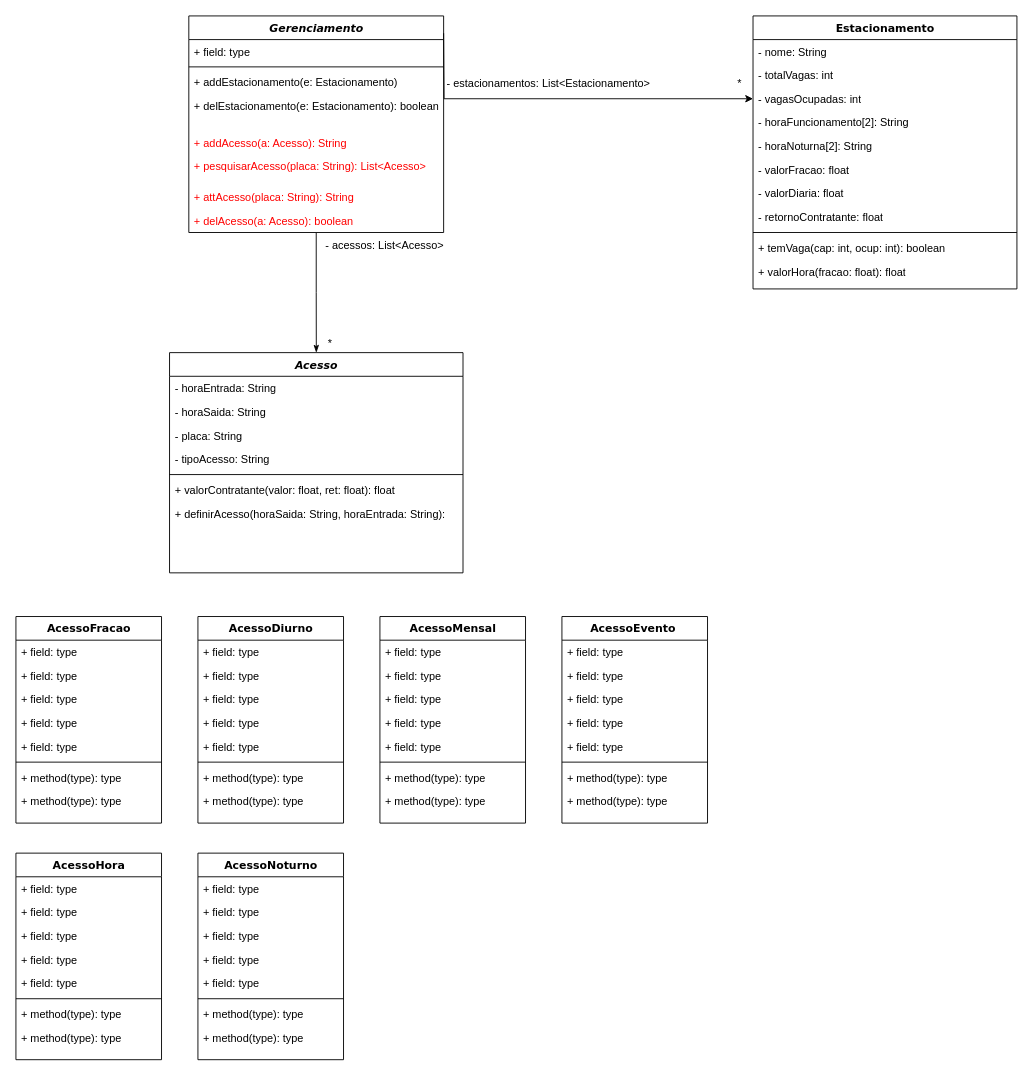
FabricioDeQueiroz/Trabalho-OO keeps this draw.io diagram as Entrega 1.drawio. Above is the earlier version. Source tidied: cells renumbered, new cells numbered last; positions are measured from the earlier drawing's top-left corner, leaving out a move shared by most shapes. Both pictures are drawn from the tidied source at 91%, with x=0, y=0 at pixel (15, 15).
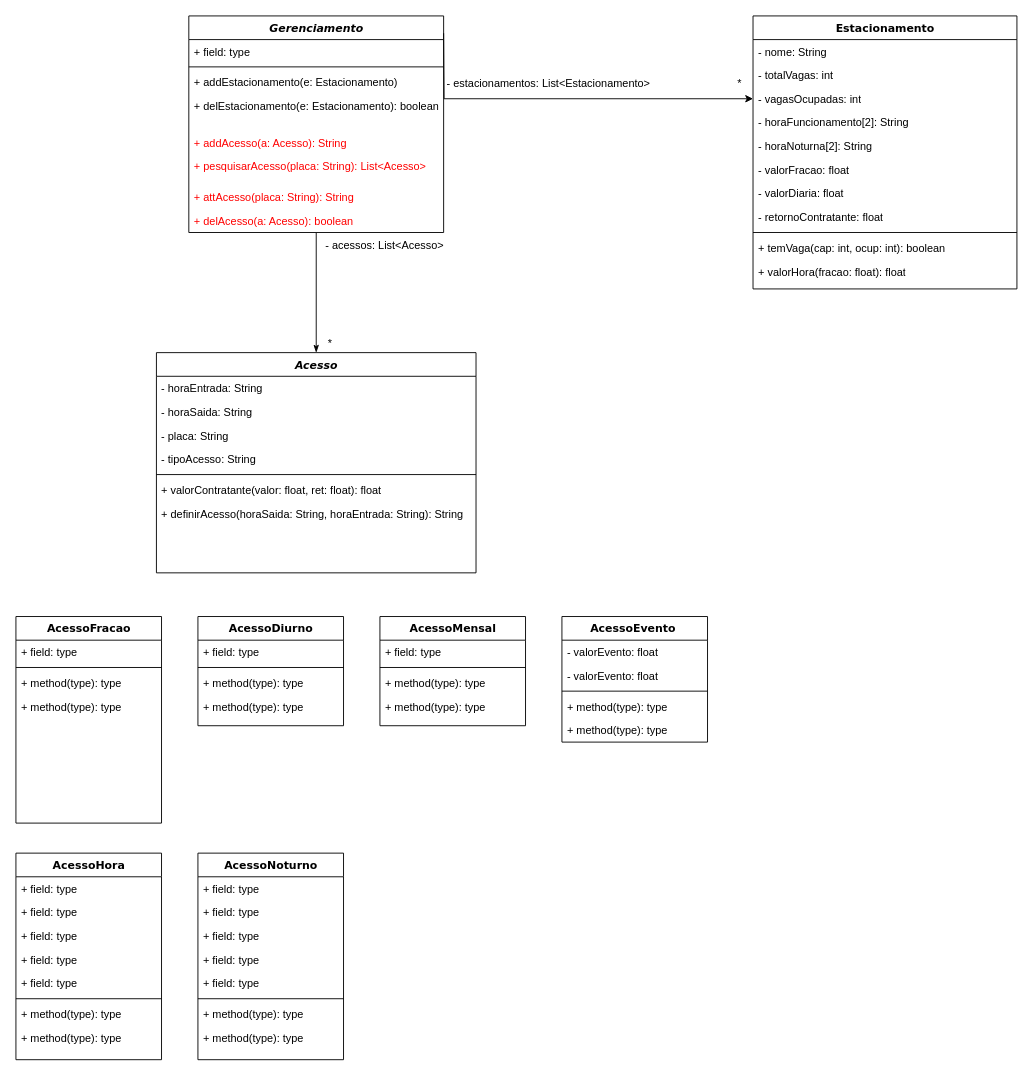
Above is the later version.

Commit message:
Atualização Antes Almoço Entrega 1.drawio

Unchanged cells that the change refers to:
```xml
<mxCell id="64" value="AcessoFracao" style="swimlane;html=1;fontStyle=1;align=center;verticalAlign=top;horizontal=1;startSize=26;swimlaneFillColor=#ffffff;rounded=0;shadow=0;comic=0;labelBackgroundColor=none;strokeWidth=1;fillColor=none;fontFamily=Verdana;fontSize=12;" parent="1" vertex="1">
  <mxGeometry y="660" width="160" height="227" as="geometry" />
</mxCell>
```

What changed in the source:
```diff
@@
     <mxCell id="25" value="&lt;i&gt;Acesso&lt;/i&gt;" style="swimlane;html=1;fontStyle=1;align=center;verticalAlign=top;horizontal=1;startSize=26;swimlaneFillColor=#ffffff;rounded=0;shadow=0;comic=0;labelBackgroundColor=none;strokeWidth=1;fillColor=none;fontFamily=Verdana;fontSize=12;" parent="1" vertex="1">
-      <mxGeometry x="168.8" y="370" width="322.5" height="242" as="geometry" />
+      <mxGeometry x="154.4" y="370" width="351.2" height="242" as="geometry" />
     </mxCell>
     <mxCell id="26" value="- horaEntrada: String" style="text;html=1;strokeColor=none;fillColor=none;align=left;verticalAlign=top;spacingLeft=4;spacingRight=4;whiteSpace=wrap;overflow=hidden;" parent="25" vertex="1">
-      <mxGeometry y="26" width="322.5" height="26" as="geometry" />
+      <mxGeometry y="26" width="351.2" height="26" as="geometry" />
     </mxCell>
     <mxCell id="27" value="- horaSaida: String" style="text;html=1;strokeColor=none;fillColor=none;align=left;verticalAlign=top;spacingLeft=4;spacingRight=4;whiteSpace=wrap;overflow=hidden;" parent="25" vertex="1">
-      <mxGeometry y="52" width="322.5" height="26" as="geometry" />
+      <mxGeometry y="52" width="351.2" height="26" as="geometry" />
     </mxCell>
     <mxCell id="28" value="- placa: String" style="text;html=1;strokeColor=none;fillColor=none;align=left;verticalAlign=top;spacingLeft=4;spacingRight=4;whiteSpace=wrap;overflow=hidden;" parent="25" vertex="1">
-      <mxGeometry y="78" width="322.5" height="26" as="geometry" />
+      <mxGeometry y="78" width="351.2" height="26" as="geometry" />
     </mxCell>
     <mxCell id="29" value="- tipoAcesso: String&amp;nbsp;" style="text;html=1;strokeColor=none;fillColor=none;align=left;verticalAlign=top;spacingLeft=4;spacingRight=4;whiteSpace=wrap;overflow=hidden;" parent="25" vertex="1">
-      <mxGeometry y="104" width="322.5" height="26" as="geometry" />
+      <mxGeometry y="104" width="351.2" height="26" as="geometry" />
     </mxCell>
     <mxCell id="30" style="line;html=1;strokeWidth=1;fillColor=none;align=left;verticalAlign=middle;spacingTop=-1;spacingLeft=3;spacingRight=3;labelPosition=right;" parent="25" vertex="1">
-      <mxGeometry y="130" width="322.5" height="8" as="geometry" />
+      <mxGeometry y="130" width="351.2" height="8" as="geometry" />
     </mxCell>
     <mxCell id="31" value="+ valorContratante(valor: float, ret: float): float&amp;nbsp;" style="text;html=1;strokeColor=none;fillColor=none;align=left;verticalAlign=top;spacingLeft=4;spacingRight=4;whiteSpace=wrap;overflow=hidden;" parent="25" vertex="1">
-      <mxGeometry y="138" width="322.5" height="26" as="geometry" />
+      <mxGeometry y="138" width="351.2" height="26" as="geometry" />
     </mxCell>
-    <mxCell id="32" value="+ definirAcesso(horaSaida: String, horaEntrada: String):&amp;nbsp;" style="text;html=1;strokeColor=none;fillColor=none;align=left;verticalAlign=top;spacingLeft=4;spacingRight=4;whiteSpace=wrap;overflow=hidden;" parent="25" vertex="1">
-      <mxGeometry y="164" width="322.5" height="26" as="geometry" />
+    <mxCell id="32" value="+ definirAcesso(horaSaida: String, horaEntrada: String): String" style="text;html=1;strokeColor=none;fillColor=none;align=left;verticalAlign=top;spacingLeft=4;spacingRight=4;whiteSpace=wrap;overflow=hidden;" parent="25" vertex="1">
+      <mxGeometry y="164" width="351.2" height="26" as="geometry" />
     </mxCell>
     <mxCell id="33" value="AcessoMensal" style="swimlane;html=1;fontStyle=1;align=center;verticalAlign=top;horizontal=1;startSize=26;swimlaneFillColor=#ffffff;rounded=0;shadow=0;comic=0;labelBackgroundColor=none;strokeWidth=1;fillColor=none;fontFamily=Verdana;fontSize=12;" parent="1" vertex="1">
-      <mxGeometry x="400" y="660" width="160" height="227" as="geometry" />
+      <mxGeometry x="400" y="660" width="160" height="120" as="geometry" />
     </mxCell>
-    <mxCell id="34" value="+ field: type" style="text;html=1;strokeColor=none;fillColor=none;align=left;verticalAlign=top;spacingLeft=4;spacingRight=4;whiteSpace=wrap;overflow=hidden;" parent="33" vertex="1">
-      <mxGeometry y="26" width="160" height="26" as="geometry" />
-    </mxCell>
-    <mxCell id="35" value="+ field: type" style="text;html=1;strokeColor=none;fillColor=none;align=left;verticalAlign=top;spacingLeft=4;spacingRight=4;whiteSpace=wrap;overflow=hidden;" parent="33" vertex="1">
-      <mxGeometry y="52" width="160" height="26" as="geometry" />
-    </mxCell>
-    <mxCell id="36" value="+ field: type" style="text;html=1;strokeColor=none;fillColor=none;align=left;verticalAlign=top;spacingLeft=4;spacingRight=4;whiteSpace=wrap;overflow=hidden;" parent="33" vertex="1">
-      <mxGeometry y="78" width="160" height="26" as="geometry" />
-    </mxCell>
-    <mxCell id="37" value="+ field: type" style="text;html=1;strokeColor=none;fillColor=none;align=left;verticalAlign=top;spacingLeft=4;spacingRight=4;whiteSpace=wrap;overflow=hidden;" parent="33" vertex="1">
-      <mxGeometry y="104" width="160" height="26" as="geometry" />
-    </mxCell>
     <mxCell id="38" value="+ field: type" style="text;html=1;strokeColor=none;fillColor=none;align=left;verticalAlign=top;spacingLeft=4;spacingRight=4;whiteSpace=wrap;overflow=hidden;" parent="33" vertex="1">
-      <mxGeometry y="130" width="160" height="26" as="geometry" />
+      <mxGeometry y="26" width="160" height="26" as="geometry" />
     </mxCell>
     <mxCell id="39" style="line;html=1;strokeWidth=1;fillColor=none;align=left;verticalAlign=middle;spacingTop=-1;spacingLeft=3;spacingRight=3;labelPosition=right;" parent="33" vertex="1">
-      <mxGeometry y="156" width="160" height="8" as="geometry" />
+      <mxGeometry y="52" width="160" height="8" as="geometry" />
     </mxCell>
     <mxCell id="40" value="+ method(type): type" style="text;html=1;strokeColor=none;fillColor=none;align=left;verticalAlign=top;spacingLeft=4;spacingRight=4;whiteSpace=wrap;overflow=hidden;" parent="33" vertex="1">
-      <mxGeometry y="164" width="160" height="26" as="geometry" />
+      <mxGeometry y="60" width="160" height="26" as="geometry" />
     </mxCell>
     <mxCell id="41" value="+ method(type): type" style="text;html=1;strokeColor=none;fillColor=none;align=left;verticalAlign=top;spacingLeft=4;spacingRight=4;whiteSpace=wrap;overflow=hidden;" parent="33" vertex="1">
-      <mxGeometry y="190" width="160" height="26" as="geometry" />
+      <mxGeometry y="86" width="160" height="26" as="geometry" />
     </mxCell>
@@
     <mxCell id="46" value="AcessoEvento&amp;nbsp;" style="swimlane;html=1;fontStyle=1;align=center;verticalAlign=top;horizontal=1;startSize=26;swimlaneFillColor=#ffffff;rounded=0;shadow=0;comic=0;labelBackgroundColor=none;strokeWidth=1;fillColor=none;fontFamily=Verdana;fontSize=12;" parent="1" vertex="1">
-      <mxGeometry x="600" y="660" width="160" height="227" as="geometry" />
+      <mxGeometry x="600" y="660" width="160" height="138" as="geometry" />
     </mxCell>
-    <mxCell id="47" value="+ field: type" style="text;html=1;strokeColor=none;fillColor=none;align=left;verticalAlign=top;spacingLeft=4;spacingRight=4;whiteSpace=wrap;overflow=hidden;" parent="46" vertex="1">
-      <mxGeometry y="26" width="160" height="26" as="geometry" />
-    </mxCell>
-    <mxCell id="48" value="+ field: type" style="text;html=1;strokeColor=none;fillColor=none;align=left;verticalAlign=top;spacingLeft=4;spacingRight=4;whiteSpace=wrap;overflow=hidden;" parent="46" vertex="1">
-      <mxGeometry y="52" width="160" height="26" as="geometry" />
-    </mxCell>
-    <mxCell id="49" value="+ field: type" style="text;html=1;strokeColor=none;fillColor=none;align=left;verticalAlign=top;spacingLeft=4;spacingRight=4;whiteSpace=wrap;overflow=hidden;" parent="46" vertex="1">
-      <mxGeometry y="78" width="160" height="26" as="geometry" />
-    </mxCell>
-    <mxCell id="50" value="+ field: type" style="text;html=1;strokeColor=none;fillColor=none;align=left;verticalAlign=top;spacingLeft=4;spacingRight=4;whiteSpace=wrap;overflow=hidden;" parent="46" vertex="1">
-      <mxGeometry y="104" width="160" height="26" as="geometry" />
-    </mxCell>
-    <mxCell id="51" value="+ field: type" style="text;html=1;strokeColor=none;fillColor=none;align=left;verticalAlign=top;spacingLeft=4;spacingRight=4;whiteSpace=wrap;overflow=hidden;" parent="46" vertex="1">
-      <mxGeometry y="130" width="160" height="26" as="geometry" />
+    <mxCell id="51" value="- valorEvento: float" style="text;html=1;strokeColor=none;fillColor=none;align=left;verticalAlign=top;spacingLeft=4;spacingRight=4;whiteSpace=wrap;overflow=hidden;" parent="46" vertex="1">
+      <mxGeometry y="26" width="160" height="26" as="geometry" />
     </mxCell>
+    <mxCell id="91" value="- valorEvento: float" style="text;html=1;strokeColor=none;fillColor=none;align=left;verticalAlign=top;spacingLeft=4;spacingRight=4;whiteSpace=wrap;overflow=hidden;" parent="46" vertex="1">
+      <mxGeometry y="52" width="160" height="26" as="geometry" />
+    </mxCell>
     <mxCell id="52" style="line;html=1;strokeWidth=1;fillColor=none;align=left;verticalAlign=middle;spacingTop=-1;spacingLeft=3;spacingRight=3;labelPosition=right;" parent="46" vertex="1">
-      <mxGeometry y="156" width="160" height="8" as="geometry" />
+      <mxGeometry y="78" width="160" height="8" as="geometry" />
     </mxCell>
     <mxCell id="53" value="+ method(type): type" style="text;html=1;strokeColor=none;fillColor=none;align=left;verticalAlign=top;spacingLeft=4;spacingRight=4;whiteSpace=wrap;overflow=hidden;" parent="46" vertex="1">
-      <mxGeometry y="164" width="160" height="26" as="geometry" />
+      <mxGeometry y="86" width="160" height="26" as="geometry" />
     </mxCell>
     <mxCell id="54" value="+ method(type): type" style="text;html=1;strokeColor=none;fillColor=none;align=left;verticalAlign=top;spacingLeft=4;spacingRight=4;whiteSpace=wrap;overflow=hidden;" parent="46" vertex="1">
-      <mxGeometry y="190" width="160" height="26" as="geometry" />
+      <mxGeometry y="112" width="160" height="26" as="geometry" />
     </mxCell>
@@
-    <mxCell id="65" value="+ field: type" style="text;html=1;strokeColor=none;fillColor=none;align=left;verticalAlign=top;spacingLeft=4;spacingRight=4;whiteSpace=wrap;overflow=hidden;" parent="64" vertex="1">
-      <mxGeometry y="26" width="160" height="26" as="geometry" />
-    </mxCell>
-    <mxCell id="66" value="+ field: type" style="text;html=1;strokeColor=none;fillColor=none;align=left;verticalAlign=top;spacingLeft=4;spacingRight=4;whiteSpace=wrap;overflow=hidden;" parent="64" vertex="1">
-      <mxGeometry y="52" width="160" height="26" as="geometry" />
-    </mxCell>
-    <mxCell id="67" value="+ field: type" style="text;html=1;strokeColor=none;fillColor=none;align=left;verticalAlign=top;spacingLeft=4;spacingRight=4;whiteSpace=wrap;overflow=hidden;" parent="64" vertex="1">
-      <mxGeometry y="78" width="160" height="26" as="geometry" />
-    </mxCell>
-    <mxCell id="68" value="+ field: type" style="text;html=1;strokeColor=none;fillColor=none;align=left;verticalAlign=top;spacingLeft=4;spacingRight=4;whiteSpace=wrap;overflow=hidden;" parent="64" vertex="1">
-      <mxGeometry y="104" width="160" height="26" as="geometry" />
-    </mxCell>
     <mxCell id="69" value="+ field: type" style="text;html=1;strokeColor=none;fillColor=none;align=left;verticalAlign=top;spacingLeft=4;spacingRight=4;whiteSpace=wrap;overflow=hidden;" parent="64" vertex="1">
-      <mxGeometry y="130" width="160" height="26" as="geometry" />
+      <mxGeometry y="26" width="160" height="26" as="geometry" />
     </mxCell>
     <mxCell id="70" style="line;html=1;strokeWidth=1;fillColor=none;align=left;verticalAlign=middle;spacingTop=-1;spacingLeft=3;spacingRight=3;labelPosition=right;" parent="64" vertex="1">
-      <mxGeometry y="156" width="160" height="8" as="geometry" />
+      <mxGeometry y="52" width="160" height="8" as="geometry" />
     </mxCell>
     <mxCell id="71" value="+ method(type): type" style="text;html=1;strokeColor=none;fillColor=none;align=left;verticalAlign=top;spacingLeft=4;spacingRight=4;whiteSpace=wrap;overflow=hidden;" parent="64" vertex="1">
-      <mxGeometry y="164" width="160" height="26" as="geometry" />
+      <mxGeometry y="60" width="160" height="26" as="geometry" />
     </mxCell>
     <mxCell id="72" value="+ method(type): type" style="text;html=1;strokeColor=none;fillColor=none;align=left;verticalAlign=top;spacingLeft=4;spacingRight=4;whiteSpace=wrap;overflow=hidden;" parent="64" vertex="1">
-      <mxGeometry y="190" width="160" height="26" as="geometry" />
+      <mxGeometry y="86" width="160" height="26" as="geometry" />
     </mxCell>
     <mxCell id="73" value="AcessoDiurno" style="swimlane;html=1;fontStyle=1;align=center;verticalAlign=top;horizontal=1;startSize=26;swimlaneFillColor=#ffffff;rounded=0;shadow=0;comic=0;labelBackgroundColor=none;strokeWidth=1;fillColor=none;fontFamily=Verdana;fontSize=12;" parent="1" vertex="1">
-      <mxGeometry x="200" y="660" width="160" height="227" as="geometry" />
+      <mxGeometry x="200" y="660" width="160" height="120" as="geometry" />
     </mxCell>
-    <mxCell id="74" value="+ field: type" style="text;html=1;strokeColor=none;fillColor=none;align=left;verticalAlign=top;spacingLeft=4;spacingRight=4;whiteSpace=wrap;overflow=hidden;" parent="73" vertex="1">
-      <mxGeometry y="26" width="160" height="26" as="geometry" />
-    </mxCell>
-    <mxCell id="75" value="+ field: type" style="text;html=1;strokeColor=none;fillColor=none;align=left;verticalAlign=top;spacingLeft=4;spacingRight=4;whiteSpace=wrap;overflow=hidden;" parent="73" vertex="1">
-      <mxGeometry y="52" width="160" height="26" as="geometry" />
-    </mxCell>
-    <mxCell id="76" value="+ field: type" style="text;html=1;strokeColor=none;fillColor=none;align=left;verticalAlign=top;spacingLeft=4;spacingRight=4;whiteSpace=wrap;overflow=hidden;" parent="73" vertex="1">
-      <mxGeometry y="78" width="160" height="26" as="geometry" />
-    </mxCell>
-    <mxCell id="77" value="+ field: type" style="text;html=1;strokeColor=none;fillColor=none;align=left;verticalAlign=top;spacingLeft=4;spacingRight=4;whiteSpace=wrap;overflow=hidden;" parent="73" vertex="1">
-      <mxGeometry y="104" width="160" height="26" as="geometry" />
-    </mxCell>
     <mxCell id="78" value="+ field: type" style="text;html=1;strokeColor=none;fillColor=none;align=left;verticalAlign=top;spacingLeft=4;spacingRight=4;whiteSpace=wrap;overflow=hidden;" parent="73" vertex="1">
-      <mxGeometry y="130" width="160" height="26" as="geometry" />
+      <mxGeometry y="26" width="160" height="26" as="geometry" />
     </mxCell>
     <mxCell id="79" style="line;html=1;strokeWidth=1;fillColor=none;align=left;verticalAlign=middle;spacingTop=-1;spacingLeft=3;spacingRight=3;labelPosition=right;" parent="73" vertex="1">
-      <mxGeometry y="156" width="160" height="8" as="geometry" />
+      <mxGeometry y="52" width="160" height="8" as="geometry" />
     </mxCell>
     <mxCell id="80" value="+ method(type): type" style="text;html=1;strokeColor=none;fillColor=none;align=left;verticalAlign=top;spacingLeft=4;spacingRight=4;whiteSpace=wrap;overflow=hidden;" parent="73" vertex="1">
-      <mxGeometry y="164" width="160" height="26" as="geometry" />
+      <mxGeometry y="60" width="160" height="26" as="geometry" />
     </mxCell>
     <mxCell id="81" value="+ method(type): type" style="text;html=1;strokeColor=none;fillColor=none;align=left;verticalAlign=top;spacingLeft=4;spacingRight=4;whiteSpace=wrap;overflow=hidden;" parent="73" vertex="1">
-      <mxGeometry y="190" width="160" height="26" as="geometry" />
+      <mxGeometry y="86" width="160" height="26" as="geometry" />
     </mxCell>
```
